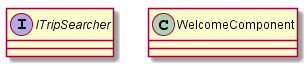
Earlier version of the PlantUML export doc/technical/goto-client-arch.png (highstreeto/GoTo).
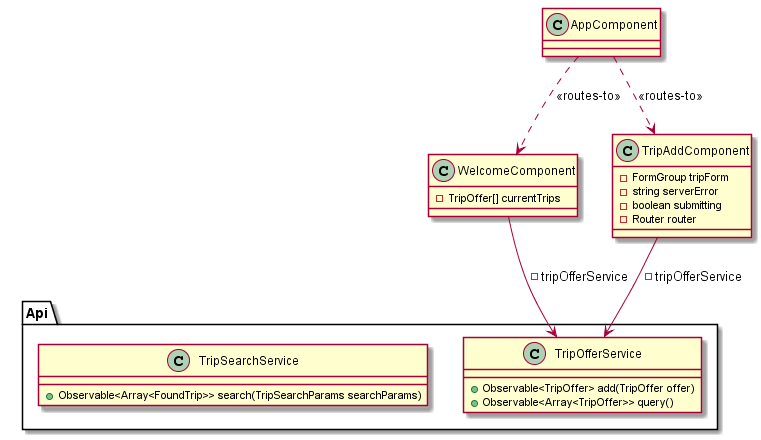
The same file after the commit.

The edit, as a diff of the source:
```diff
@@ -1,11 +1,31 @@
 @startuml goto-client-arch
 
-interface ITripSearcher {
+class Api.TripOfferService {
+    +Observable<TripOffer> add(TripOffer offer)
+    +Observable<Array<TripOffer>> query()
+}
+
+class Api.TripSearchService {
+    +Observable<Array<FoundTrip>> search(TripSearchParams searchParams)
+}
+
+class AppComponent {
 
 }
+AppComponent ..> WelcomeComponent : <<routes-to>>
+AppComponent ..> TripAddComponent : <<routes-to>>
 
 class WelcomeComponent {
+    -TripOffer[] currentTrips
+}
+WelcomeComponent --> Api.TripOfferService : -tripOfferService
 
+class TripAddComponent {
+    -FormGroup tripForm
+    -string serverError
+    -boolean submitting
+    -Router router
 }
+TripAddComponent --> Api.TripOfferService : -tripOfferService
 
 @enduml
```
